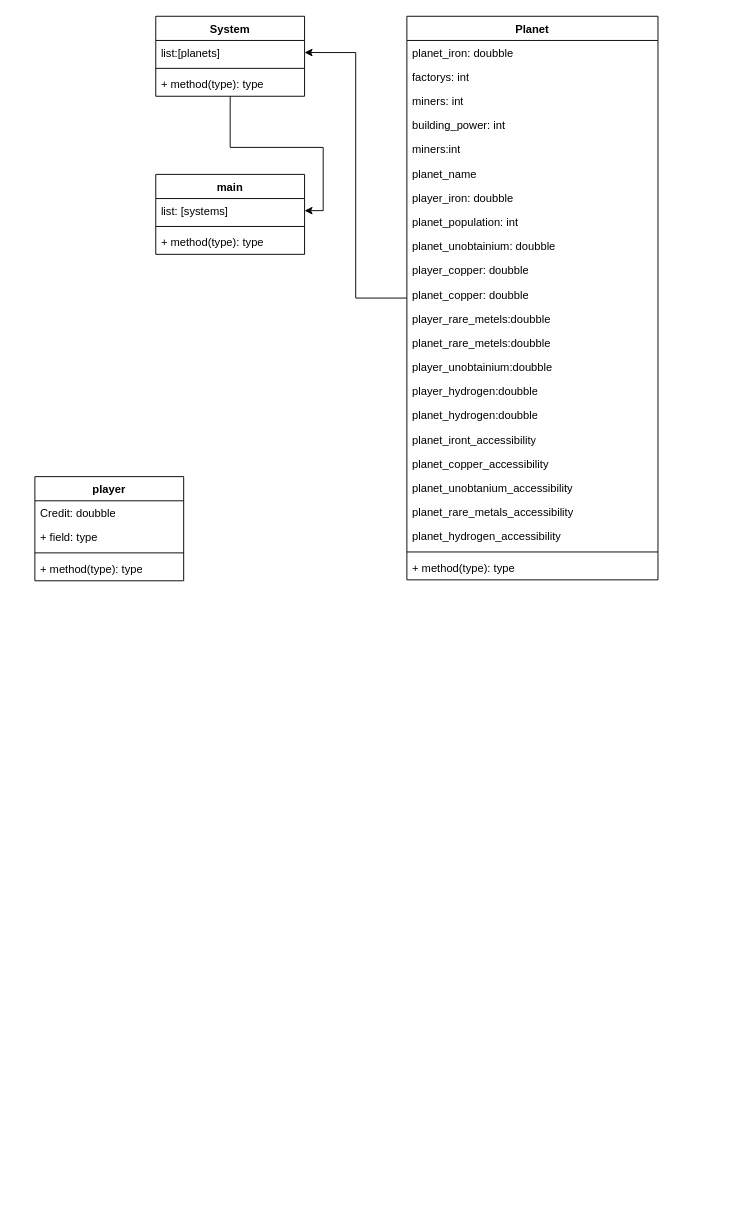
Above: Ressorses/drawing and UML/UML.drawio in krixzy/space_survicers (draw.io), before the change. Source tidied: cells renumbered, new cells numbered last; positions are measured from the earlier drawing's top-left corner, leaving out a move shared by most shapes. Both pictures are drawn from the tidied source at 93%, with x=0, y=0 at pixel (34, 16).
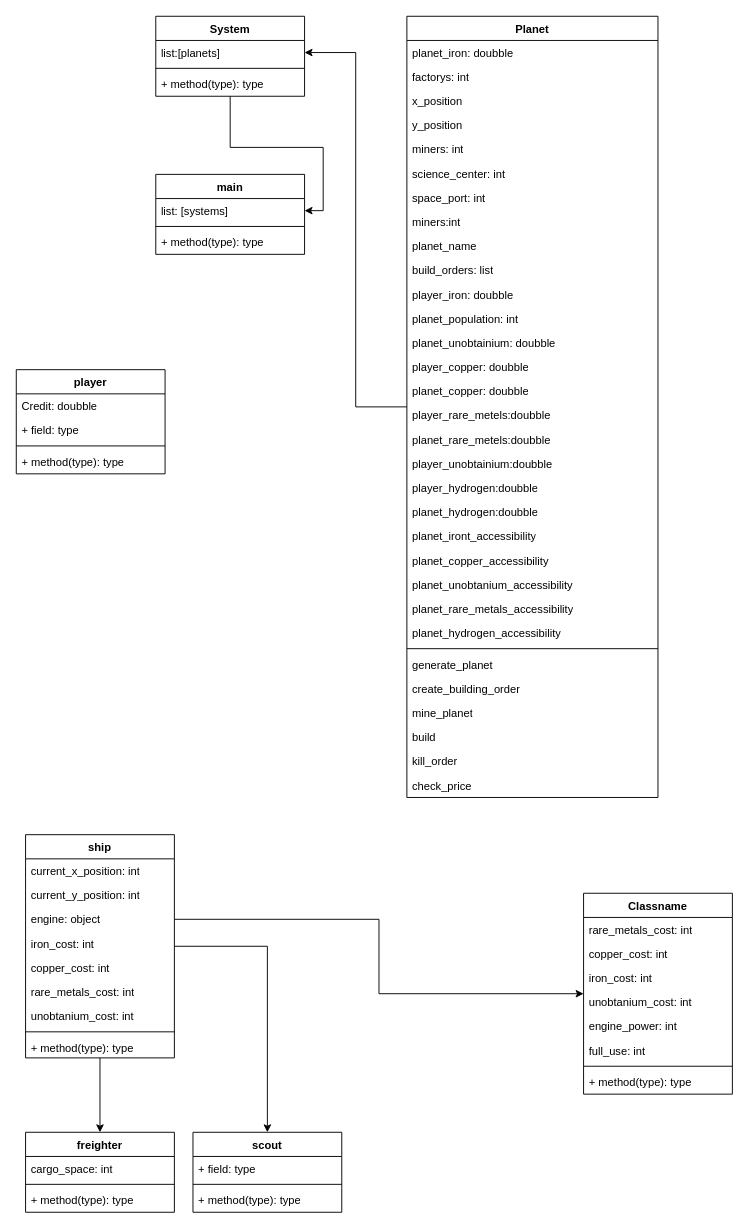
Above is the later version.

What changed in the source:
```diff
@@
     <mxCell id="8" value="Planet" style="swimlane;fontStyle=1;align=center;verticalAlign=top;horizontal=1;startSize=26;whiteSpace=wrap;html=1;" parent="1" vertex="1">
-      <mxGeometry x="400" width="270" height="606" as="geometry" />
+      <mxGeometry x="400" width="270" height="840" as="geometry" />
     </mxCell>
@@
+    <mxCell id="41" value="x_position" style="text;strokeColor=none;fillColor=none;align=left;verticalAlign=top;spacingLeft=4;spacingRight=4;overflow=hidden;whiteSpace=wrap;html=1;" parent="8" vertex="1">
+      <mxGeometry y="78" width="270" height="26" as="geometry" />
+    </mxCell>
+    <mxCell id="42" value="y_position" style="text;strokeColor=none;fillColor=none;align=left;verticalAlign=top;spacingLeft=4;spacingRight=4;overflow=hidden;whiteSpace=wrap;html=1;" parent="8" vertex="1">
+      <mxGeometry y="104" width="270" height="26" as="geometry" />
+    </mxCell>
     <mxCell id="11" value="miners: int" style="text;strokeColor=none;fillColor=none;align=left;verticalAlign=top;spacingLeft=4;spacingRight=4;overflow=hidden;whiteSpace=wrap;html=1;" parent="8" vertex="1">
-      <mxGeometry y="78" width="270" height="26" as="geometry" />
+      <mxGeometry y="130" width="270" height="26" as="geometry" />
     </mxCell>
-    <mxCell id="12" value="building_power: int&lt;br&gt;" style="text;strokeColor=none;fillColor=none;align=left;verticalAlign=top;spacingLeft=4;spacingRight=4;overflow=hidden;whiteSpace=wrap;html=1;" parent="8" vertex="1">
-      <mxGeometry y="104" width="270" height="26" as="geometry" />
+    <mxCell id="12" value="science_center: int" style="text;strokeColor=none;fillColor=none;align=left;verticalAlign=top;spacingLeft=4;spacingRight=4;overflow=hidden;whiteSpace=wrap;html=1;" parent="8" vertex="1">
+      <mxGeometry y="156" width="270" height="26" as="geometry" />
     </mxCell>
+    <mxCell id="43" value="space_port: int" style="text;strokeColor=none;fillColor=none;align=left;verticalAlign=top;spacingLeft=4;spacingRight=4;overflow=hidden;whiteSpace=wrap;html=1;" parent="8" vertex="1">
+      <mxGeometry y="182" width="270" height="26" as="geometry" />
+    </mxCell>
     <mxCell id="13" value="miners:int" style="text;strokeColor=none;fillColor=none;align=left;verticalAlign=top;spacingLeft=4;spacingRight=4;overflow=hidden;whiteSpace=wrap;html=1;" parent="8" vertex="1">
-      <mxGeometry y="130" width="270" height="26" as="geometry" />
+      <mxGeometry y="208" width="270" height="26" as="geometry" />
     </mxCell>
     <mxCell id="14" value="planet_name" style="text;strokeColor=none;fillColor=none;align=left;verticalAlign=top;spacingLeft=4;spacingRight=4;overflow=hidden;whiteSpace=wrap;html=1;" parent="8" vertex="1">
-      <mxGeometry y="156" width="270" height="26" as="geometry" />
+      <mxGeometry y="234" width="270" height="26" as="geometry" />
     </mxCell>
+    <mxCell id="44" value="build_orders: list" style="text;strokeColor=none;fillColor=none;align=left;verticalAlign=top;spacingLeft=4;spacingRight=4;overflow=hidden;whiteSpace=wrap;html=1;" parent="8" vertex="1">
+      <mxGeometry y="260" width="270" height="26" as="geometry" />
+    </mxCell>
     <mxCell id="15" value="player_iron: doubble" style="text;strokeColor=none;fillColor=none;align=left;verticalAlign=top;spacingLeft=4;spacingRight=4;overflow=hidden;whiteSpace=wrap;html=1;" parent="8" vertex="1">
-      <mxGeometry y="182" width="270" height="26" as="geometry" />
+      <mxGeometry y="286" width="270" height="26" as="geometry" />
     </mxCell>
     <mxCell id="16" value="planet_population: int" style="text;strokeColor=none;fillColor=none;align=left;verticalAlign=top;spacingLeft=4;spacingRight=4;overflow=hidden;whiteSpace=wrap;html=1;" parent="8" vertex="1">
-      <mxGeometry y="208" width="270" height="26" as="geometry" />
+      <mxGeometry y="312" width="270" height="26" as="geometry" />
     </mxCell>
     <mxCell id="17" value="planet_unobtainium: doubble" style="text;strokeColor=none;fillColor=none;align=left;verticalAlign=top;spacingLeft=4;spacingRight=4;overflow=hidden;whiteSpace=wrap;html=1;" parent="8" vertex="1">
-      <mxGeometry y="234" width="270" height="26" as="geometry" />
+      <mxGeometry y="338" width="270" height="26" as="geometry" />
     </mxCell>
     <mxCell id="18" value="player_copper: doubble" style="text;strokeColor=none;fillColor=none;align=left;verticalAlign=top;spacingLeft=4;spacingRight=4;overflow=hidden;whiteSpace=wrap;html=1;" parent="8" vertex="1">
-      <mxGeometry y="260" width="270" height="26" as="geometry" />
+      <mxGeometry y="364" width="270" height="26" as="geometry" />
     </mxCell>
     <mxCell id="19" value="planet_copper: doubble" style="text;strokeColor=none;fillColor=none;align=left;verticalAlign=top;spacingLeft=4;spacingRight=4;overflow=hidden;whiteSpace=wrap;html=1;" parent="8" vertex="1">
-      <mxGeometry y="286" width="270" height="26" as="geometry" />
+      <mxGeometry y="390" width="270" height="26" as="geometry" />
     </mxCell>
     <mxCell id="20" value="player_rare_metels:doubble" style="text;strokeColor=none;fillColor=none;align=left;verticalAlign=top;spacingLeft=4;spacingRight=4;overflow=hidden;whiteSpace=wrap;html=1;" parent="8" vertex="1">
-      <mxGeometry y="312" width="270" height="26" as="geometry" />
+      <mxGeometry y="416" width="270" height="26" as="geometry" />
     </mxCell>
     <mxCell id="21" value="planet_rare_metels:doubble" style="text;strokeColor=none;fillColor=none;align=left;verticalAlign=top;spacingLeft=4;spacingRight=4;overflow=hidden;whiteSpace=wrap;html=1;" parent="8" vertex="1">
-      <mxGeometry y="338" width="270" height="26" as="geometry" />
+      <mxGeometry y="442" width="270" height="26" as="geometry" />
     </mxCell>
     <mxCell id="22" value="player_unobtainium:doubble" style="text;strokeColor=none;fillColor=none;align=left;verticalAlign=top;spacingLeft=4;spacingRight=4;overflow=hidden;whiteSpace=wrap;html=1;" parent="8" vertex="1">
-      <mxGeometry y="364" width="270" height="26" as="geometry" />
+      <mxGeometry y="468" width="270" height="26" as="geometry" />
     </mxCell>
     <mxCell id="23" value="player_hydrogen:doubble" style="text;strokeColor=none;fillColor=none;align=left;verticalAlign=top;spacingLeft=4;spacingRight=4;overflow=hidden;whiteSpace=wrap;html=1;" parent="8" vertex="1">
-      <mxGeometry y="390" width="270" height="26" as="geometry" />
+      <mxGeometry y="494" width="270" height="26" as="geometry" />
     </mxCell>
     <mxCell id="24" value="planet_hydrogen:doubble&lt;br&gt;" style="text;strokeColor=none;fillColor=none;align=left;verticalAlign=top;spacingLeft=4;spacingRight=4;overflow=hidden;whiteSpace=wrap;html=1;" parent="8" vertex="1">
-      <mxGeometry y="416" width="270" height="26" as="geometry" />
+      <mxGeometry y="520" width="270" height="26" as="geometry" />
     </mxCell>
     <mxCell id="25" value="planet_iront_accessibility" style="text;strokeColor=none;fillColor=none;align=left;verticalAlign=top;spacingLeft=4;spacingRight=4;overflow=hidden;whiteSpace=wrap;html=1;" parent="8" vertex="1">
-      <mxGeometry y="442" width="270" height="26" as="geometry" />
+      <mxGeometry y="546" width="270" height="26" as="geometry" />
     </mxCell>
     <mxCell id="26" value="planet_copper_accessibility&lt;span style=&quot;white-space: pre;&quot;&gt;&#9;&lt;/span&gt;" style="text;strokeColor=none;fillColor=none;align=left;verticalAlign=top;spacingLeft=4;spacingRight=4;overflow=hidden;whiteSpace=wrap;html=1;" parent="8" vertex="1">
-      <mxGeometry y="468" width="270" height="26" as="geometry" />
+      <mxGeometry y="572" width="270" height="26" as="geometry" />
     </mxCell>
     <mxCell id="27" value="planet_unobtanium_accessibility" style="text;strokeColor=none;fillColor=none;align=left;verticalAlign=top;spacingLeft=4;spacingRight=4;overflow=hidden;whiteSpace=wrap;html=1;" parent="8" vertex="1">
-      <mxGeometry y="494" width="270" height="26" as="geometry" />
+      <mxGeometry y="598" width="270" height="26" as="geometry" />
     </mxCell>
     <mxCell id="28" value="planet_rare_metals_accessibility" style="text;strokeColor=none;fillColor=none;align=left;verticalAlign=top;spacingLeft=4;spacingRight=4;overflow=hidden;whiteSpace=wrap;html=1;" parent="8" vertex="1">
-      <mxGeometry y="520" width="270" height="26" as="geometry" />
+      <mxGeometry y="624" width="270" height="26" as="geometry" />
     </mxCell>
     <mxCell id="29" value="planet_hydrogen_accessibility" style="text;strokeColor=none;fillColor=none;align=left;verticalAlign=top;spacingLeft=4;spacingRight=4;overflow=hidden;whiteSpace=wrap;html=1;" parent="8" vertex="1">
-      <mxGeometry y="546" width="270" height="26" as="geometry" />
+      <mxGeometry y="650" width="270" height="26" as="geometry" />
     </mxCell>
     <mxCell id="30" style="line;strokeWidth=1;fillColor=none;align=left;verticalAlign=middle;spacingTop=-1;spacingLeft=3;spacingRight=3;labelPosition=right;strokeColor=inherit;" parent="8" vertex="1">
-      <mxGeometry y="572" width="270" height="8" as="geometry" />
+      <mxGeometry y="676" width="270" height="8" as="geometry" />
     </mxCell>
-    <mxCell id="31" value="+ method(type): type" style="text;strokeColor=none;fillColor=none;align=left;verticalAlign=top;spacingLeft=4;spacingRight=4;overflow=hidden;whiteSpace=wrap;html=1;" parent="8" vertex="1">
-      <mxGeometry y="580" width="270" height="26" as="geometry" />
+    <mxCell id="31" value="generate_planet" style="text;strokeColor=none;fillColor=none;align=left;verticalAlign=top;spacingLeft=4;spacingRight=4;overflow=hidden;whiteSpace=wrap;html=1;" parent="8" vertex="1">
+      <mxGeometry y="684" width="270" height="26" as="geometry" />
     </mxCell>
+    <mxCell id="45" value="create_building_order" style="text;strokeColor=none;fillColor=none;align=left;verticalAlign=top;spacingLeft=4;spacingRight=4;overflow=hidden;whiteSpace=wrap;html=1;" parent="8" vertex="1">
+      <mxGeometry y="710" width="270" height="26" as="geometry" />
+    </mxCell>
+    <mxCell id="46" value="mine_planet" style="text;strokeColor=none;fillColor=none;align=left;verticalAlign=top;spacingLeft=4;spacingRight=4;overflow=hidden;whiteSpace=wrap;html=1;" parent="8" vertex="1">
+      <mxGeometry y="736" width="270" height="26" as="geometry" />
+    </mxCell>
+    <mxCell id="47" value="build" style="text;strokeColor=none;fillColor=none;align=left;verticalAlign=top;spacingLeft=4;spacingRight=4;overflow=hidden;whiteSpace=wrap;html=1;" parent="8" vertex="1">
+      <mxGeometry y="762" width="270" height="26" as="geometry" />
+    </mxCell>
+    <mxCell id="48" value="kill_order" style="text;strokeColor=none;fillColor=none;align=left;verticalAlign=top;spacingLeft=4;spacingRight=4;overflow=hidden;whiteSpace=wrap;html=1;" parent="8" vertex="1">
+      <mxGeometry y="788" width="270" height="26" as="geometry" />
+    </mxCell>
+    <mxCell id="49" value="check_price" style="text;strokeColor=none;fillColor=none;align=left;verticalAlign=top;spacingLeft=4;spacingRight=4;overflow=hidden;whiteSpace=wrap;html=1;" parent="8" vertex="1">
+      <mxGeometry y="814" width="270" height="26" as="geometry" />
+    </mxCell>
@@
     <mxCell id="36" value="player" style="swimlane;fontStyle=1;align=center;verticalAlign=top;horizontal=1;startSize=26;whiteSpace=wrap;html=1;" parent="1" vertex="1">
-      <mxGeometry y="495" width="160" height="112" as="geometry" />
+      <mxGeometry x="-20" y="380" width="160" height="112" as="geometry" />
     </mxCell>
@@
+    <mxCell id="50" style="edgeStyle=orthogonalEdgeStyle;rounded=0;jettySize=auto;html=1;entryX=0.5;entryY=0;entryDx=0;entryDy=0;" parent="1" edge="1" source="52" target="62">
+      <mxGeometry relative="1" as="geometry" />
+    </mxCell>
+    <mxCell id="51" style="edgeStyle=orthogonalEdgeStyle;rounded=0;jettySize=auto;html=1;entryX=0.5;entryY=0;entryDx=0;entryDy=0;" parent="1" edge="1" source="52" target="66">
+      <mxGeometry relative="1" as="geometry" />
+    </mxCell>
+    <mxCell id="52" value="ship" style="swimlane;fontStyle=1;align=center;verticalAlign=top;horizontal=1;startSize=26;whiteSpace=wrap;html=1;" parent="1" vertex="1">
+      <mxGeometry x="-10" y="880" width="160" height="240" as="geometry" />
+    </mxCell>
+    <mxCell id="53" value="current_x_position: int" style="text;strokeColor=none;fillColor=none;align=left;verticalAlign=top;spacingLeft=4;spacingRight=4;overflow=hidden;whiteSpace=wrap;html=1;" parent="52" vertex="1">
+      <mxGeometry y="26" width="160" height="26" as="geometry" />
+    </mxCell>
+    <mxCell id="54" value="current_y_position: int" style="text;strokeColor=none;fillColor=none;align=left;verticalAlign=top;spacingLeft=4;spacingRight=4;overflow=hidden;whiteSpace=wrap;html=1;" parent="52" vertex="1">
+      <mxGeometry y="52" width="160" height="26" as="geometry" />
+    </mxCell>
+    <mxCell id="55" value="engine: object" style="text;strokeColor=none;fillColor=none;align=left;verticalAlign=top;spacingLeft=4;spacingRight=4;overflow=hidden;points=[[0,0.5],[1,0.5]];portConstraint=eastwest;whiteSpace=wrap;html=1;" parent="52" vertex="1">
+      <mxGeometry y="78" width="160" height="26" as="geometry" />
+    </mxCell>
+    <mxCell id="56" value="iron_cost: int" style="text;strokeColor=none;fillColor=none;align=left;verticalAlign=top;spacingLeft=4;spacingRight=4;overflow=hidden;whiteSpace=wrap;html=1;" parent="52" vertex="1">
+      <mxGeometry y="104" width="160" height="26" as="geometry" />
+    </mxCell>
+    <mxCell id="57" value="copper_cost: int" style="text;strokeColor=none;fillColor=none;align=left;verticalAlign=top;spacingLeft=4;spacingRight=4;overflow=hidden;whiteSpace=wrap;html=1;" parent="52" vertex="1">
+      <mxGeometry y="130" width="160" height="26" as="geometry" />
+    </mxCell>
+    <mxCell id="58" value="rare_metals_cost: int" style="text;strokeColor=none;fillColor=none;align=left;verticalAlign=top;spacingLeft=4;spacingRight=4;overflow=hidden;whiteSpace=wrap;html=1;" parent="52" vertex="1">
+      <mxGeometry y="156" width="160" height="26" as="geometry" />
+    </mxCell>
+    <mxCell id="59" value="unobtanium_cost: int" style="text;strokeColor=none;fillColor=none;align=left;verticalAlign=top;spacingLeft=4;spacingRight=4;overflow=hidden;whiteSpace=wrap;html=1;" parent="52" vertex="1">
+      <mxGeometry y="182" width="160" height="26" as="geometry" />
+    </mxCell>
+    <mxCell id="60" style="line;strokeWidth=1;fillColor=none;align=left;verticalAlign=middle;spacingTop=-1;spacingLeft=3;spacingRight=3;labelPosition=right;strokeColor=inherit;" parent="52" vertex="1">
+      <mxGeometry y="208" width="160" height="8" as="geometry" />
+    </mxCell>
+    <mxCell id="61" value="+ method(type): type" style="text;strokeColor=none;fillColor=none;align=left;verticalAlign=top;spacingLeft=4;spacingRight=4;overflow=hidden;whiteSpace=wrap;html=1;" parent="52" vertex="1">
+      <mxGeometry y="216" width="160" height="24" as="geometry" />
+    </mxCell>
+    <mxCell id="62" value="scout" style="swimlane;fontStyle=1;align=center;verticalAlign=top;horizontal=1;startSize=26;whiteSpace=wrap;html=1;" parent="1" vertex="1">
+      <mxGeometry x="170" y="1200" width="160" height="86" as="geometry" />
+    </mxCell>
+    <mxCell id="63" value="+ field: type" style="text;strokeColor=none;fillColor=none;align=left;verticalAlign=top;spacingLeft=4;spacingRight=4;overflow=hidden;whiteSpace=wrap;html=1;" parent="62" vertex="1">
+      <mxGeometry y="26" width="160" height="26" as="geometry" />
+    </mxCell>
+    <mxCell id="64" style="line;strokeWidth=1;fillColor=none;align=left;verticalAlign=middle;spacingTop=-1;spacingLeft=3;spacingRight=3;labelPosition=right;strokeColor=inherit;" parent="62" vertex="1">
+      <mxGeometry y="52" width="160" height="8" as="geometry" />
+    </mxCell>
+    <mxCell id="65" value="+ method(type): type" style="text;strokeColor=none;fillColor=none;align=left;verticalAlign=top;spacingLeft=4;spacingRight=4;overflow=hidden;whiteSpace=wrap;html=1;" parent="62" vertex="1">
+      <mxGeometry y="60" width="160" height="26" as="geometry" />
+    </mxCell>
+    <mxCell id="66" value="freighter" style="swimlane;fontStyle=1;align=center;verticalAlign=top;horizontal=1;startSize=26;whiteSpace=wrap;html=1;" parent="1" vertex="1">
+      <mxGeometry x="-10" y="1200" width="160" height="86" as="geometry" />
+    </mxCell>
+    <mxCell id="67" value="cargo_space: int" style="text;strokeColor=none;fillColor=none;align=left;verticalAlign=top;spacingLeft=4;spacingRight=4;overflow=hidden;whiteSpace=wrap;html=1;" parent="66" vertex="1">
+      <mxGeometry y="26" width="160" height="26" as="geometry" />
+    </mxCell>
+    <mxCell id="68" style="line;strokeWidth=1;fillColor=none;align=left;verticalAlign=middle;spacingTop=-1;spacingLeft=3;spacingRight=3;labelPosition=right;strokeColor=inherit;" parent="66" vertex="1">
+      <mxGeometry y="52" width="160" height="8" as="geometry" />
+    </mxCell>
+    <mxCell id="69" value="+ method(type): type" style="text;strokeColor=none;fillColor=none;align=left;verticalAlign=top;spacingLeft=4;spacingRight=4;overflow=hidden;whiteSpace=wrap;html=1;" parent="66" vertex="1">
+      <mxGeometry y="60" width="160" height="26" as="geometry" />
+    </mxCell>
+    <mxCell id="70" value="Classname" style="swimlane;fontStyle=1;align=center;verticalAlign=top;horizontal=1;startSize=26;whiteSpace=wrap;html=1;" parent="1" vertex="1">
+      <mxGeometry x="590" y="943" width="160" height="216" as="geometry" />
+    </mxCell>
+    <mxCell id="71" value="rare_metals_cost: int" style="text;strokeColor=none;fillColor=none;align=left;verticalAlign=top;spacingLeft=4;spacingRight=4;overflow=hidden;whiteSpace=wrap;html=1;" parent="70" vertex="1">
+      <mxGeometry y="26" width="160" height="26" as="geometry" />
+    </mxCell>
+    <mxCell id="72" value="copper_cost: int" style="text;strokeColor=none;fillColor=none;align=left;verticalAlign=top;spacingLeft=4;spacingRight=4;overflow=hidden;whiteSpace=wrap;html=1;" parent="70" vertex="1">
+      <mxGeometry y="52" width="160" height="26" as="geometry" />
+    </mxCell>
+    <mxCell id="73" value="iron_cost: int" style="text;strokeColor=none;fillColor=none;align=left;verticalAlign=top;spacingLeft=4;spacingRight=4;overflow=hidden;whiteSpace=wrap;html=1;" parent="70" vertex="1">
+      <mxGeometry y="78" width="160" height="26" as="geometry" />
+    </mxCell>
+    <mxCell id="74" value="unobtanium_cost: int" style="text;strokeColor=none;fillColor=none;align=left;verticalAlign=top;spacingLeft=4;spacingRight=4;overflow=hidden;whiteSpace=wrap;html=1;" parent="70" vertex="1">
+      <mxGeometry y="104" width="160" height="26" as="geometry" />
+    </mxCell>
+    <mxCell id="75" value="engine_power: int" style="text;strokeColor=none;fillColor=none;align=left;verticalAlign=top;spacingLeft=4;spacingRight=4;overflow=hidden;whiteSpace=wrap;html=1;" parent="70" vertex="1">
+      <mxGeometry y="130" width="160" height="26" as="geometry" />
+    </mxCell>
+    <mxCell id="76" value="full_use: int" style="text;strokeColor=none;fillColor=none;align=left;verticalAlign=top;spacingLeft=4;spacingRight=4;overflow=hidden;whiteSpace=wrap;html=1;" parent="70" vertex="1">
+      <mxGeometry y="156" width="160" height="26" as="geometry" />
+    </mxCell>
+    <mxCell id="77" style="line;strokeWidth=1;fillColor=none;align=left;verticalAlign=middle;spacingTop=-1;spacingLeft=3;spacingRight=3;labelPosition=right;strokeColor=inherit;" parent="70" vertex="1">
+      <mxGeometry y="182" width="160" height="8" as="geometry" />
+    </mxCell>
+    <mxCell id="78" value="+ method(type): type" style="text;strokeColor=none;fillColor=none;align=left;verticalAlign=top;spacingLeft=4;spacingRight=4;overflow=hidden;whiteSpace=wrap;html=1;" parent="70" vertex="1">
+      <mxGeometry y="190" width="160" height="26" as="geometry" />
+    </mxCell>
+    <mxCell id="79" style="edgeStyle=orthogonalEdgeStyle;rounded=0;jettySize=auto;html=1;" parent="1" edge="1" source="55" target="70">
+      <mxGeometry relative="1" as="geometry" />
+    </mxCell>
```
